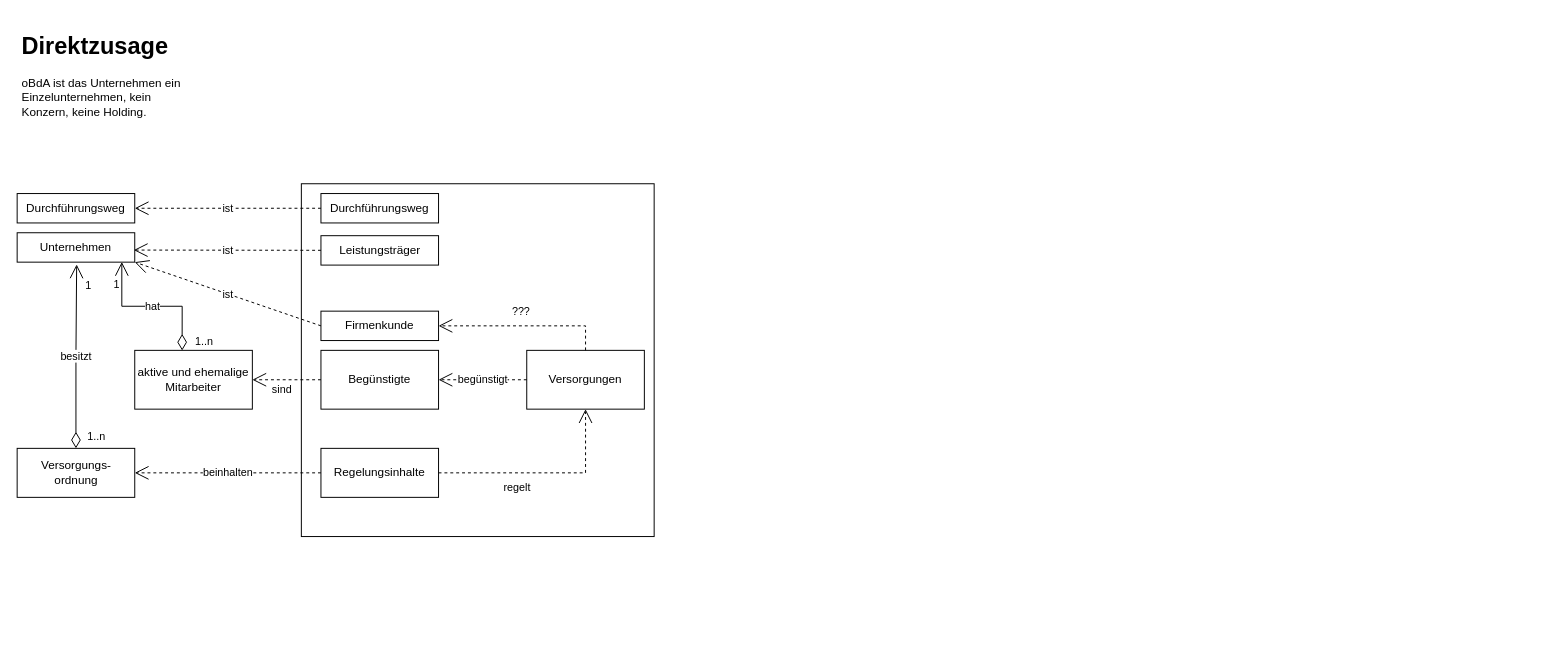
This is struktur_bavos.drawio from tzepter/diagrams, a draw.io file, before an edit. Source tidied: cells renumbered, new cells numbered last; positions are measured from the earlier drawing's top-left corner, leaving out a move shared by most shapes. Both pictures are drawn from the tidied source at 98%, with x=0, y=0 at pixel (17, 26).
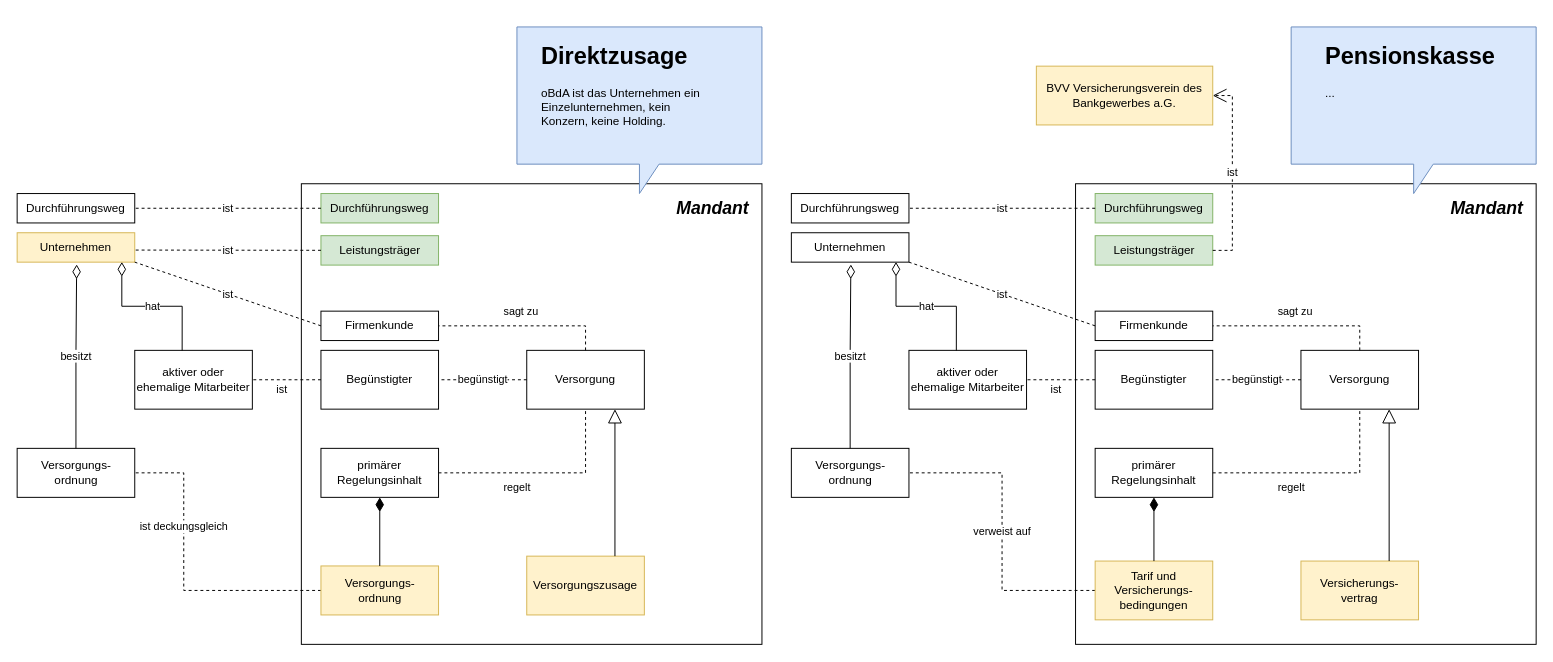
After the change.

The change refers to these unchanged cells:
```xml
<mxCell id="4" value="Durchführungsweg" style="rounded=0;whiteSpace=wrap;html=1;" parent="1" vertex="1">
  <mxGeometry y="170" width="120" height="30" as="geometry" />
</mxCell>
<mxCell id="9" value="&lt;div&gt;Versorgungs-&lt;/div&gt;&lt;div&gt;ordnung&lt;/div&gt;" style="html=1;" parent="1" vertex="1">
  <mxGeometry y="430" width="120" height="50" as="geometry" />
</mxCell>
<mxCell id="14" value="Firmenkunde" style="rounded=0;whiteSpace=wrap;html=1;" parent="1" vertex="1">
  <mxGeometry x="310" y="290" width="120" height="30" as="geometry" />
</mxCell>
```

Diff of the diagram source:
```diff
@@
     <mxCell id="2" style="whiteSpace=wrap;html=1;" parent="1" vertex="1">
-      <mxGeometry x="290" y="160" width="360" height="360" as="geometry" />
+      <mxGeometry x="290" y="160" width="470" height="470" as="geometry" />
     </mxCell>
-    <mxCell id="3" value="&lt;div&gt;Unternehmen&lt;/div&gt;" style="rounded=0;whiteSpace=wrap;html=1;" parent="1" vertex="1">
+    <mxCell id="3" value="&lt;div&gt;Unternehmen&lt;/div&gt;" style="rounded=0;whiteSpace=wrap;html=1;fillColor=#fff2cc;strokeColor=#d6b656;" parent="1" vertex="1">
       <mxGeometry y="210" width="120" height="30" as="geometry" />
     </mxCell>
@@
-    <mxCell id="5" value="Leistungsträger" style="html=1;" parent="1" vertex="1">
+    <mxCell id="5" value="Leistungsträger" style="html=1;fillColor=#d5e8d4;strokeColor=#82b366;" parent="1" vertex="1">
       <mxGeometry x="310" y="213" width="120" height="30" as="geometry" />
     </mxCell>
-    <mxCell id="6" value="Durchführungsweg" style="rounded=0;whiteSpace=wrap;html=1;" parent="1" vertex="1">
+    <mxCell id="6" value="Durchführungsweg" style="rounded=0;whiteSpace=wrap;html=1;fillColor=#d5e8d4;strokeColor=#82b366;" parent="1" vertex="1">
       <mxGeometry x="310" y="170" width="120" height="30" as="geometry" />
     </mxCell>
-    <mxCell id="7" value="ist" style="endArrow=open;endSize=12;dashed=1;html=1;rounded=0;entryX=0.992;entryY=0.589;entryDx=0;entryDy=0;entryPerimeter=0;" parent="1" edge="1" source="5" target="3">
+    <mxCell id="7" value="ist" style="endArrow=none;endSize=12;dashed=1;html=1;rounded=0;entryX=0.992;entryY=0.589;entryDx=0;entryDy=0;entryPerimeter=0;startSize=12;endFill=0;" parent="1" edge="1" source="5" target="3">
       <mxGeometry relative="1" as="geometry" />
     </mxCell>
-    <mxCell id="8" value="ist" style="endArrow=open;endSize=12;dashed=1;html=1;rounded=0;entryX=1;entryY=0.5;entryDx=0;entryDy=0;exitX=0;exitY=0.5;exitDx=0;exitDy=0;" parent="1" edge="1" source="6" target="4">
+    <mxCell id="8" value="ist" style="endArrow=none;endSize=12;dashed=1;html=1;rounded=0;entryX=1;entryY=0.5;entryDx=0;entryDy=0;exitX=0;exitY=0.5;exitDx=0;exitDy=0;endFill=0;" parent="1" edge="1" source="6" target="4">
       <mxGeometry relative="1" as="geometry" />
     </mxCell>
@@
-    <mxCell id="10" value="besitzt" style="endArrow=open;html=1;endSize=12;startArrow=diamondThin;startSize=14;startFill=0;edgeStyle=orthogonalEdgeStyle;rounded=0;exitX=0.5;exitY=0;exitDx=0;exitDy=0;entryX=0.506;entryY=1.078;entryDx=0;entryDy=0;entryPerimeter=0;" parent="1" edge="1" source="9" target="3">
+    <mxCell id="10" value="besitzt" style="endArrow=diamondThin;html=1;endSize=12;startArrow=none;startSize=12;startFill=0;edgeStyle=orthogonalEdgeStyle;rounded=0;exitX=0.5;exitY=0;exitDx=0;exitDy=0;entryX=0.506;entryY=1.078;entryDx=0;entryDy=0;entryPerimeter=0;endFill=0;" parent="1" edge="1" source="9" target="3">
       <mxGeometry relative="1" as="geometry" />
     </mxCell>
-    <mxCell id="11" value="1..n" style="edgeLabel;html=1;align=left;verticalAlign=top;" parent="10" vertex="1">
-      <mxGeometry x="-1" relative="1" as="geometry">
-        <mxPoint x="10" y="-25" as="offset" />
-      </mxGeometry>
-    </mxCell>
-    <mxCell id="12" value="1" style="edgeLabel;html=1;align=right;verticalAlign=top;" parent="10" vertex="1">
-      <mxGeometry x="1" relative="1" as="geometry">
-        <mxPoint x="15" y="8" as="offset" />
-      </mxGeometry>
-    </mxCell>
-    <mxCell id="13" value="Regelungsinhalte" style="rounded=0;whiteSpace=wrap;html=1;" parent="1" vertex="1">
+    <mxCell id="13" value="primärer Regelungsinhalt" style="rounded=0;whiteSpace=wrap;html=1;" parent="1" vertex="1">
       <mxGeometry x="310" y="430" width="120" height="50" as="geometry" />
     </mxCell>
@@
-    <mxCell id="15" value="Begünstigte" style="rounded=0;whiteSpace=wrap;html=1;" parent="1" vertex="1">
+    <mxCell id="15" value="Begünstigter" style="rounded=0;whiteSpace=wrap;html=1;" parent="1" vertex="1">
       <mxGeometry x="310" y="330" width="120" height="60" as="geometry" />
     </mxCell>
-    <mxCell id="16" value="aktive und ehemalige Mitarbeiter" style="rounded=0;whiteSpace=wrap;html=1;" parent="1" vertex="1">
+    <mxCell id="16" value="aktiver oder ehemalige Mitarbeiter" style="rounded=0;whiteSpace=wrap;html=1;" parent="1" vertex="1">
       <mxGeometry x="120" y="330" width="120" height="60" as="geometry" />
     </mxCell>
-    <mxCell id="17" value="&lt;h1&gt;Direktzusage&lt;br&gt;&lt;/h1&gt;&lt;p&gt;oBdA ist das Unternehmen ein Einzelunternehmen, kein Konzern, keine Holding.&lt;br&gt;&lt;/p&gt;" style="text;html=1;strokeColor=none;fillColor=none;spacing=5;spacingTop=-20;whiteSpace=wrap;overflow=hidden;rounded=0;" parent="1" vertex="1">
-      <mxGeometry width="190" height="120" as="geometry" />
-    </mxCell>
-    <mxCell id="18" value="beinhalten" style="endArrow=open;endSize=12;dashed=1;html=1;rounded=0;entryX=1;entryY=0.5;entryDx=0;entryDy=0;" parent="1" edge="1" source="13" target="9">
-      <mxGeometry relative="1" as="geometry" />
+    <mxCell id="18" value="ist deckungsgleich" style="endArrow=none;endSize=12;dashed=1;html=1;rounded=0;entryX=1;entryY=0.5;entryDx=0;entryDy=0;exitX=0;exitY=0.5;exitDx=0;exitDy=0;edgeStyle=orthogonalEdgeStyle;endFill=0;" parent="1" edge="1" source="54">
+      <mxGeometry x="0.32" relative="1" as="geometry">
+        <mxPoint x="120" y="455" as="targetPoint" />
+        <Array as="points">
+          <mxPoint x="170" y="575" />
+          <mxPoint x="170" y="455" />
+        </Array>
+      </mxGeometry>
     </mxCell>
-    <mxCell id="19" value="hat" style="endArrow=open;html=1;endSize=12;startArrow=diamondThin;startSize=14;startFill=0;edgeStyle=orthogonalEdgeStyle;rounded=0;exitX=0.403;exitY=0.003;exitDx=0;exitDy=0;exitPerimeter=0;entryX=0.89;entryY=0.993;entryDx=0;entryDy=0;entryPerimeter=0;" parent="1" edge="1" source="16" target="3">
+    <mxCell id="19" value="hat" style="endArrow=diamondThin;html=1;endSize=12;startArrow=none;startSize=14;startFill=0;edgeStyle=orthogonalEdgeStyle;rounded=0;exitX=0.403;exitY=0.003;exitDx=0;exitDy=0;exitPerimeter=0;entryX=0.89;entryY=0.993;entryDx=0;entryDy=0;entryPerimeter=0;endFill=0;" parent="1" edge="1" source="16" target="3">
       <mxGeometry relative="1" as="geometry" />
     </mxCell>
-    <mxCell id="20" value="1..n" style="edgeLabel;html=1;align=left;verticalAlign=top;" parent="19" vertex="1">
-      <mxGeometry x="-1" relative="1" as="geometry">
-        <mxPoint x="12" y="-22" as="offset" />
-      </mxGeometry>
-    </mxCell>
-    <mxCell id="21" value="1" style="edgeLabel;html=1;align=right;verticalAlign=top;" parent="19" vertex="1">
-      <mxGeometry x="1" relative="1" as="geometry">
-        <mxPoint x="-2" y="10" as="offset" />
-      </mxGeometry>
-    </mxCell>
-    <mxCell id="22" value="sind" style="endArrow=open;endSize=12;dashed=1;html=1;rounded=0;entryX=1;entryY=0.5;entryDx=0;entryDy=0;exitX=0;exitY=0.5;exitDx=0;exitDy=0;" parent="1" edge="1" source="15" target="16">
+    <mxCell id="22" value="ist" style="endArrow=none;endSize=12;dashed=1;html=1;rounded=0;entryX=1;entryY=0.5;entryDx=0;entryDy=0;exitX=0;exitY=0.5;exitDx=0;exitDy=0;endFill=0;" parent="1" edge="1" source="15" target="16">
       <mxGeometry x="0.14" y="10" relative="1" as="geometry" />
     </mxCell>
-    <mxCell id="23" value="&lt;div&gt;Versorgungen&lt;/div&gt;" style="rounded=0;whiteSpace=wrap;html=1;" parent="1" vertex="1">
+    <mxCell id="23" value="&lt;div&gt;Versorgung&lt;/div&gt;" style="rounded=0;whiteSpace=wrap;html=1;" parent="1" vertex="1">
       <mxGeometry x="520" y="330" width="120" height="60" as="geometry" />
     </mxCell>
-    <mxCell id="24" value="???" style="endArrow=open;endSize=12;dashed=1;html=1;rounded=0;exitX=0.5;exitY=0;exitDx=0;exitDy=0;entryX=1;entryY=0.5;entryDx=0;entryDy=0;" parent="1" edge="1" source="23" target="14">
+    <mxCell id="24" value="sagt zu" style="endArrow=none;endSize=12;dashed=1;html=1;rounded=0;exitX=0.5;exitY=0;exitDx=0;exitDy=0;entryX=1;entryY=0.5;entryDx=0;entryDy=0;endFill=0;" parent="1" edge="1" source="23" target="14">
       <mxGeometry x="0.04" y="-15" relative="1" as="geometry">
         <Array as="points">
           <mxPoint x="580" y="305" />
         </Array>
       </mxGeometry>
     </mxCell>
-    <mxCell id="25" value="begünstigt" style="endArrow=open;endSize=12;dashed=1;html=1;rounded=0;entryX=1;entryY=0.5;entryDx=0;entryDy=0;" parent="1" edge="1" source="23" target="15">
+    <mxCell id="25" value="begünstigt" style="endArrow=none;endSize=12;dashed=1;html=1;rounded=0;entryX=1;entryY=0.5;entryDx=0;entryDy=0;endFill=0;" parent="1" edge="1" source="23" target="15">
       <mxGeometry relative="1" as="geometry" />
     </mxCell>
-    <mxCell id="26" value="ist" style="endArrow=open;endSize=12;dashed=1;html=1;rounded=0;exitX=0;exitY=0.5;exitDx=0;exitDy=0;entryX=1;entryY=1;entryDx=0;entryDy=0;" parent="1" edge="1" source="14" target="3">
+    <mxCell id="26" value="ist" style="endArrow=none;endSize=12;dashed=1;html=1;rounded=0;exitX=0;exitY=0.5;exitDx=0;exitDy=0;entryX=1;entryY=1;entryDx=0;entryDy=0;endFill=0;" parent="1" edge="1" source="14" target="3">
       <mxGeometry relative="1" as="geometry" />
     </mxCell>
-    <mxCell id="27" value="regelt" style="endArrow=open;endSize=12;dashed=1;html=1;rounded=0;exitX=1;exitY=0.5;exitDx=0;exitDy=0;entryX=0.5;entryY=1;entryDx=0;entryDy=0;" parent="1" edge="1" source="13" target="23">
+    <mxCell id="27" value="regelt" style="endArrow=none;endSize=12;dashed=1;html=1;rounded=0;exitX=1;exitY=0.5;exitDx=0;exitDy=0;entryX=0.5;entryY=1;entryDx=0;entryDy=0;endFill=0;" parent="1" edge="1" source="13" target="23">
       <mxGeometry x="-0.26" y="-15" relative="1" as="geometry">
         <Array as="points">
           <mxPoint x="580" y="455" />
         </Array>
       </mxGeometry>
     </mxCell>
+    <mxCell id="28" style="whiteSpace=wrap;html=1;" parent="1" vertex="1">
+      <mxGeometry x="1080" y="160" width="470" height="470" as="geometry" />
+    </mxCell>
+    <mxCell id="29" value="&lt;div&gt;Unternehmen&lt;/div&gt;" style="rounded=0;whiteSpace=wrap;html=1;" parent="1" vertex="1">
+      <mxGeometry x="790" y="210" width="120" height="30" as="geometry" />
+    </mxCell>
+    <mxCell id="30" value="Durchführungsweg" style="rounded=0;whiteSpace=wrap;html=1;" parent="1" vertex="1">
+      <mxGeometry x="790" y="170" width="120" height="30" as="geometry" />
+    </mxCell>
+    <mxCell id="31" value="Leistungsträger" style="html=1;fillColor=#d5e8d4;strokeColor=#82b366;" parent="1" vertex="1">
+      <mxGeometry x="1100" y="213" width="120" height="30" as="geometry" />
+    </mxCell>
+    <mxCell id="32" value="Durchführungsweg" style="rounded=0;whiteSpace=wrap;html=1;fillColor=#d5e8d4;strokeColor=#82b366;" parent="1" vertex="1">
+      <mxGeometry x="1100" y="170" width="120" height="30" as="geometry" />
+    </mxCell>
+    <mxCell id="33" value="ist" style="endArrow=open;endSize=12;dashed=1;html=1;rounded=0;entryX=1;entryY=0.5;entryDx=0;entryDy=0;exitX=1;exitY=0.5;exitDx=0;exitDy=0;edgeStyle=orthogonalEdgeStyle;" parent="1" edge="1" source="31" target="49">
+      <mxGeometry relative="1" as="geometry">
+        <Array as="points">
+          <mxPoint x="1240" y="228" />
+          <mxPoint x="1240" y="70" />
+        </Array>
+      </mxGeometry>
+    </mxCell>
+    <mxCell id="34" value="ist" style="endArrow=none;endSize=12;dashed=1;html=1;rounded=0;entryX=1;entryY=0.5;entryDx=0;entryDy=0;exitX=0;exitY=0.5;exitDx=0;exitDy=0;endFill=0;" parent="1" edge="1" source="32" target="30">
+      <mxGeometry relative="1" as="geometry" />
+    </mxCell>
+    <mxCell id="35" value="&lt;div&gt;Versorgungs-&lt;/div&gt;&lt;div&gt;ordnung&lt;/div&gt;" style="html=1;" parent="1" vertex="1">
+      <mxGeometry x="790" y="430" width="120" height="50" as="geometry" />
+    </mxCell>
+    <mxCell id="36" value="besitzt" style="endArrow=diamondThin;html=1;endSize=12;startArrow=none;startSize=12;startFill=0;edgeStyle=orthogonalEdgeStyle;rounded=0;exitX=0.5;exitY=0;exitDx=0;exitDy=0;entryX=0.506;entryY=1.078;entryDx=0;entryDy=0;entryPerimeter=0;endFill=0;" parent="1" edge="1" source="35" target="29">
+      <mxGeometry relative="1" as="geometry" />
+    </mxCell>
+    <mxCell id="37" value="primärer Regelungsinhalt" style="rounded=0;whiteSpace=wrap;html=1;" parent="1" vertex="1">
+      <mxGeometry x="1100" y="430" width="120" height="50" as="geometry" />
+    </mxCell>
+    <mxCell id="38" value="Firmenkunde" style="rounded=0;whiteSpace=wrap;html=1;" parent="1" vertex="1">
+      <mxGeometry x="1100" y="290" width="120" height="30" as="geometry" />
+    </mxCell>
+    <mxCell id="39" value="Begünstigter" style="rounded=0;whiteSpace=wrap;html=1;" parent="1" vertex="1">
+      <mxGeometry x="1100" y="330" width="120" height="60" as="geometry" />
+    </mxCell>
+    <mxCell id="40" value="aktiver oder ehemalige Mitarbeiter" style="rounded=0;whiteSpace=wrap;html=1;" parent="1" vertex="1">
+      <mxGeometry x="910" y="330" width="120" height="60" as="geometry" />
+    </mxCell>
+    <mxCell id="41" value="verweist auf" style="endArrow=none;endSize=12;dashed=1;html=1;rounded=0;entryX=1;entryY=0.5;entryDx=0;entryDy=0;exitX=0;exitY=0.5;exitDx=0;exitDy=0;edgeStyle=orthogonalEdgeStyle;endFill=0;startArrow=none;startFill=0;" parent="1" edge="1" source="53" target="35">
+      <mxGeometry relative="1" as="geometry" />
+    </mxCell>
+    <mxCell id="42" value="hat" style="endArrow=diamondThin;html=1;endSize=12;startArrow=none;startSize=12;startFill=0;edgeStyle=orthogonalEdgeStyle;rounded=0;exitX=0.403;exitY=0.003;exitDx=0;exitDy=0;exitPerimeter=0;entryX=0.89;entryY=0.993;entryDx=0;entryDy=0;entryPerimeter=0;endFill=0;" parent="1" edge="1" source="40" target="29">
+      <mxGeometry relative="1" as="geometry" />
+    </mxCell>
+    <mxCell id="43" value="ist" style="endArrow=none;endSize=12;dashed=1;html=1;rounded=0;entryX=1;entryY=0.5;entryDx=0;entryDy=0;exitX=0;exitY=0.5;exitDx=0;exitDy=0;startArrow=none;startFill=0;endFill=0;" parent="1" edge="1" source="39" target="40">
+      <mxGeometry x="0.14" y="10" relative="1" as="geometry" />
+    </mxCell>
+    <mxCell id="44" value="&lt;div&gt;Versorgung&lt;/div&gt;" style="rounded=0;whiteSpace=wrap;html=1;" parent="1" vertex="1">
+      <mxGeometry x="1310" y="330" width="120" height="60" as="geometry" />
+    </mxCell>
+    <mxCell id="45" value="sagt zu" style="endArrow=none;endSize=12;dashed=1;html=1;rounded=0;exitX=0.5;exitY=0;exitDx=0;exitDy=0;entryX=1;entryY=0.5;entryDx=0;entryDy=0;endFill=0;" parent="1" edge="1" source="44" target="38">
+      <mxGeometry x="0.04" y="-15" relative="1" as="geometry">
+        <Array as="points">
+          <mxPoint x="1370" y="305" />
+        </Array>
+      </mxGeometry>
+    </mxCell>
+    <mxCell id="46" value="begünstigt" style="endArrow=none;endSize=12;dashed=1;html=1;rounded=0;entryX=1;entryY=0.5;entryDx=0;entryDy=0;endFill=0;" parent="1" edge="1" source="44" target="39">
+      <mxGeometry relative="1" as="geometry" />
+    </mxCell>
+    <mxCell id="47" value="ist" style="endArrow=none;endSize=12;dashed=1;html=1;rounded=0;exitX=0;exitY=0.5;exitDx=0;exitDy=0;entryX=1;entryY=1;entryDx=0;entryDy=0;endFill=0;" parent="1" edge="1" source="38" target="29">
+      <mxGeometry relative="1" as="geometry" />
+    </mxCell>
+    <mxCell id="48" value="regelt" style="endArrow=none;endSize=12;dashed=1;html=1;rounded=0;exitX=1;exitY=0.5;exitDx=0;exitDy=0;entryX=0.5;entryY=1;entryDx=0;entryDy=0;endFill=0;" parent="1" edge="1" source="37" target="44">
+      <mxGeometry x="-0.26" y="-15" relative="1" as="geometry">
+        <Array as="points">
+          <mxPoint x="1370" y="455" />
+        </Array>
+      </mxGeometry>
+    </mxCell>
+    <mxCell id="49" value="BVV Versicherungsverein des Bankgewerbes a.G." style="rounded=0;whiteSpace=wrap;html=1;fillColor=#fff2cc;strokeColor=#d6b656;" parent="1" vertex="1">
+      <mxGeometry x="1040" y="40" width="180" height="60" as="geometry" />
+    </mxCell>
+    <mxCell id="50" style="shape=callout;whiteSpace=wrap;html=1;perimeter=calloutPerimeter;fillColor=#dae8fc;strokeColor=#6c8ebf;" parent="1" vertex="1">
+      <mxGeometry x="510" width="250" height="170" as="geometry" />
+    </mxCell>
+    <mxCell id="17" value="&lt;h1&gt;Direktzusage&lt;br&gt;&lt;/h1&gt;&lt;p&gt;oBdA ist das Unternehmen ein Einzelunternehmen, kein Konzern, keine Holding.&lt;br&gt;&lt;/p&gt;" style="text;html=1;strokeColor=none;fillColor=none;spacing=5;spacingTop=-20;whiteSpace=wrap;overflow=hidden;rounded=0;" parent="1" vertex="1">
+      <mxGeometry x="530" y="10" width="190" height="120" as="geometry" />
+    </mxCell>
+    <mxCell id="51" style="shape=callout;whiteSpace=wrap;html=1;perimeter=calloutPerimeter;fillColor=#dae8fc;strokeColor=#6c8ebf;" parent="1" vertex="1">
+      <mxGeometry x="1300" width="250" height="170" as="geometry" />
+    </mxCell>
+    <mxCell id="52" value="&lt;h1&gt;Pensionskasse&lt;br&gt;&lt;/h1&gt;&lt;p&gt;...&lt;br&gt;&lt;/p&gt;" style="text;html=1;strokeColor=none;fillColor=none;spacing=5;spacingTop=-20;whiteSpace=wrap;overflow=hidden;rounded=0;" parent="1" vertex="1">
+      <mxGeometry x="1330" y="10" width="190" height="120" as="geometry" />
+    </mxCell>
+    <mxCell id="53" value="Tarif und Versicherungs-bedingungen" style="rounded=0;whiteSpace=wrap;html=1;fillColor=#fff2cc;strokeColor=#d6b656;" parent="1" vertex="1">
+      <mxGeometry x="1100" y="545" width="120" height="60" as="geometry" />
+    </mxCell>
+    <mxCell id="54" value="&lt;div&gt;Versorgungs-&lt;/div&gt;&lt;div&gt;ordnung&lt;/div&gt;" style="html=1;fillColor=#fff2cc;strokeColor=#d6b656;" parent="1" vertex="1">
+      <mxGeometry x="310" y="550" width="120" height="50" as="geometry" />
+    </mxCell>
+    <mxCell id="55" style="endArrow=none;endFill=0;endSize=12;html=1;rounded=0;entryX=0.5;entryY=0;entryDx=0;entryDy=0;exitX=0.5;exitY=1;exitDx=0;exitDy=0;startArrow=diamondThin;startFill=1;startSize=12;" parent="1" edge="1" source="37" target="53">
+      <mxGeometry relative="1" as="geometry" />
+    </mxCell>
+    <mxCell id="56" style="endArrow=none;endFill=0;endSize=12;html=1;rounded=0;exitX=0.5;exitY=1;exitDx=0;exitDy=0;entryX=0.5;entryY=0;entryDx=0;entryDy=0;startArrow=diamondThin;startFill=1;strokeWidth=1;targetPerimeterSpacing=0;startSize=12;" parent="1" edge="1" source="13" target="54">
+      <mxGeometry relative="1" as="geometry" />
+    </mxCell>
+    <mxCell id="57" value="Versorgungszusage" style="rounded=0;whiteSpace=wrap;html=1;fillColor=#fff2cc;strokeColor=#d6b656;" parent="1" vertex="1">
+      <mxGeometry x="520" y="540" width="120" height="60" as="geometry" />
+    </mxCell>
+    <mxCell id="58" value="Versicherungs- vertrag" style="rounded=0;whiteSpace=wrap;html=1;fillColor=#fff2cc;strokeColor=#d6b656;" parent="1" vertex="1">
+      <mxGeometry x="1310" y="545" width="120" height="60" as="geometry" />
+    </mxCell>
+    <mxCell id="59" style="endArrow=block;endSize=12;endFill=0;html=1;rounded=0;exitX=0.75;exitY=0;exitDx=0;exitDy=0;entryX=0.75;entryY=1;entryDx=0;entryDy=0;" parent="1" edge="1" source="57" target="23">
+      <mxGeometry relative="1" as="geometry" />
+    </mxCell>
+    <mxCell id="60" style="endArrow=block;endSize=12;endFill=0;html=1;rounded=0;entryX=0.75;entryY=1;entryDx=0;entryDy=0;exitX=0.75;exitY=0;exitDx=0;exitDy=0;" parent="1" edge="1" source="58" target="44">
+      <mxGeometry relative="1" as="geometry" />
+    </mxCell>
+    <mxCell id="61" value="&lt;i&gt;&lt;b&gt;&lt;font style=&quot;font-size: 13px;&quot;&gt;&lt;font style=&quot;font-size: 14px;&quot;&gt;&lt;font style=&quot;font-size: 15px;&quot;&gt;&lt;font style=&quot;font-size: 16px;&quot;&gt;&lt;font style=&quot;font-size: 17px;&quot;&gt;&lt;font style=&quot;font-size: 18px;&quot;&gt;Mandant&lt;/font&gt;&lt;/font&gt;&lt;/font&gt;&lt;/font&gt;&lt;/font&gt;&lt;/font&gt;&lt;/b&gt;&lt;/i&gt;" style="text;html=1;strokeColor=none;fillColor=none;align=center;verticalAlign=middle;whiteSpace=wrap;rounded=0;" parent="1" vertex="1">
+      <mxGeometry x="680" y="170" width="60" height="30" as="geometry" />
+    </mxCell>
+    <mxCell id="62" value="&lt;i&gt;&lt;b&gt;&lt;font style=&quot;font-size: 13px;&quot;&gt;&lt;font style=&quot;font-size: 14px;&quot;&gt;&lt;font style=&quot;font-size: 15px;&quot;&gt;&lt;font style=&quot;font-size: 16px;&quot;&gt;&lt;font style=&quot;font-size: 17px;&quot;&gt;&lt;font style=&quot;font-size: 18px;&quot;&gt;Mandant&lt;/font&gt;&lt;/font&gt;&lt;/font&gt;&lt;/font&gt;&lt;/font&gt;&lt;/font&gt;&lt;/b&gt;&lt;/i&gt;" style="text;html=1;strokeColor=none;fillColor=none;align=center;verticalAlign=middle;whiteSpace=wrap;rounded=0;" parent="1" vertex="1">
+      <mxGeometry x="1470" y="170" width="60" height="30" as="geometry" />
+    </mxCell>
```
